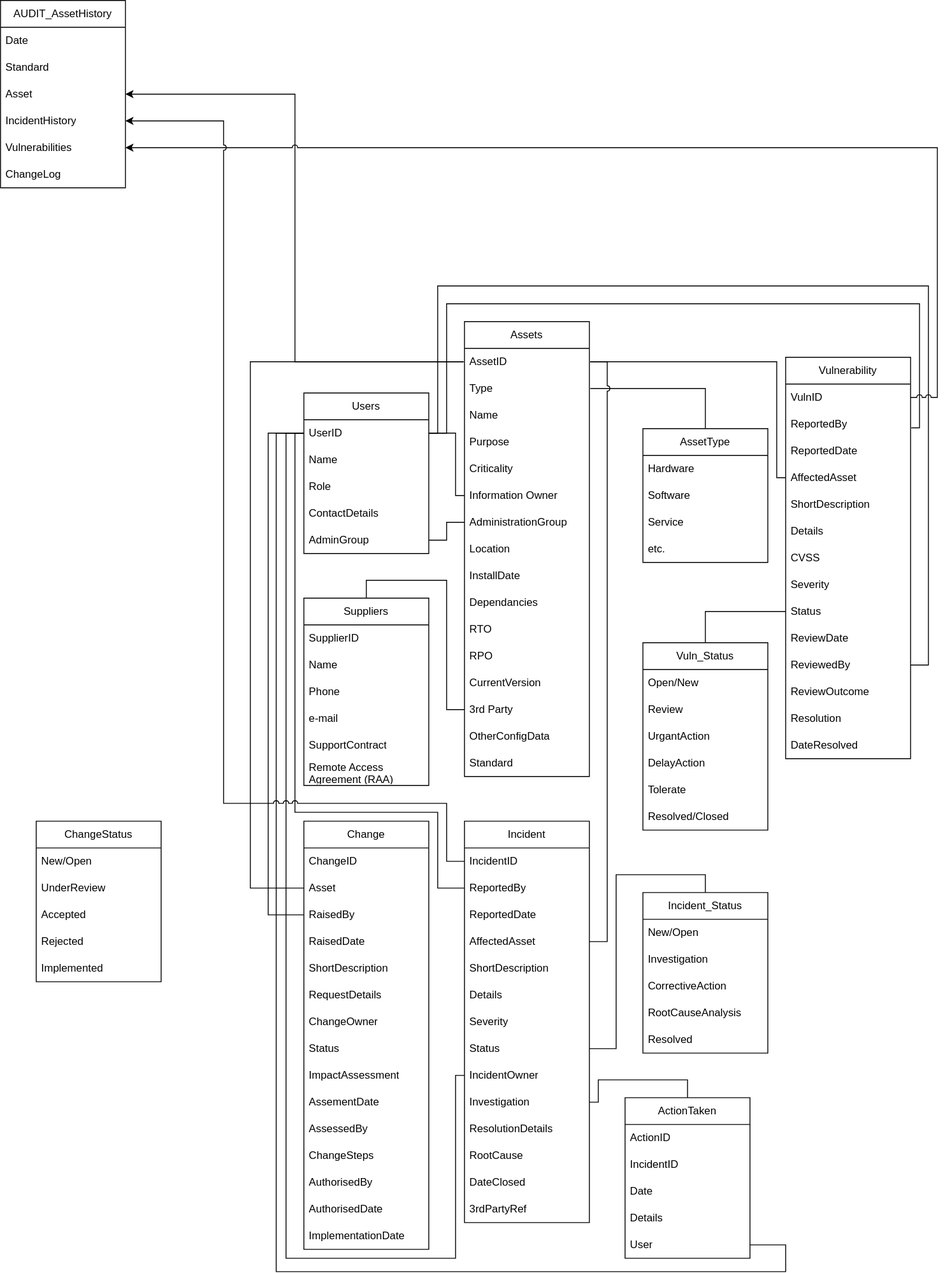
Before: ITSM/Assignment1/Assets/CMDB_F.svg, a diagram exported from draw.io (MCollins87/MSC_EnterpriseIT). Source tidied: cells renumbered, new cells last; positions are measured from the earlier drawing's top-left corner, leaving out a move shared by most shapes.
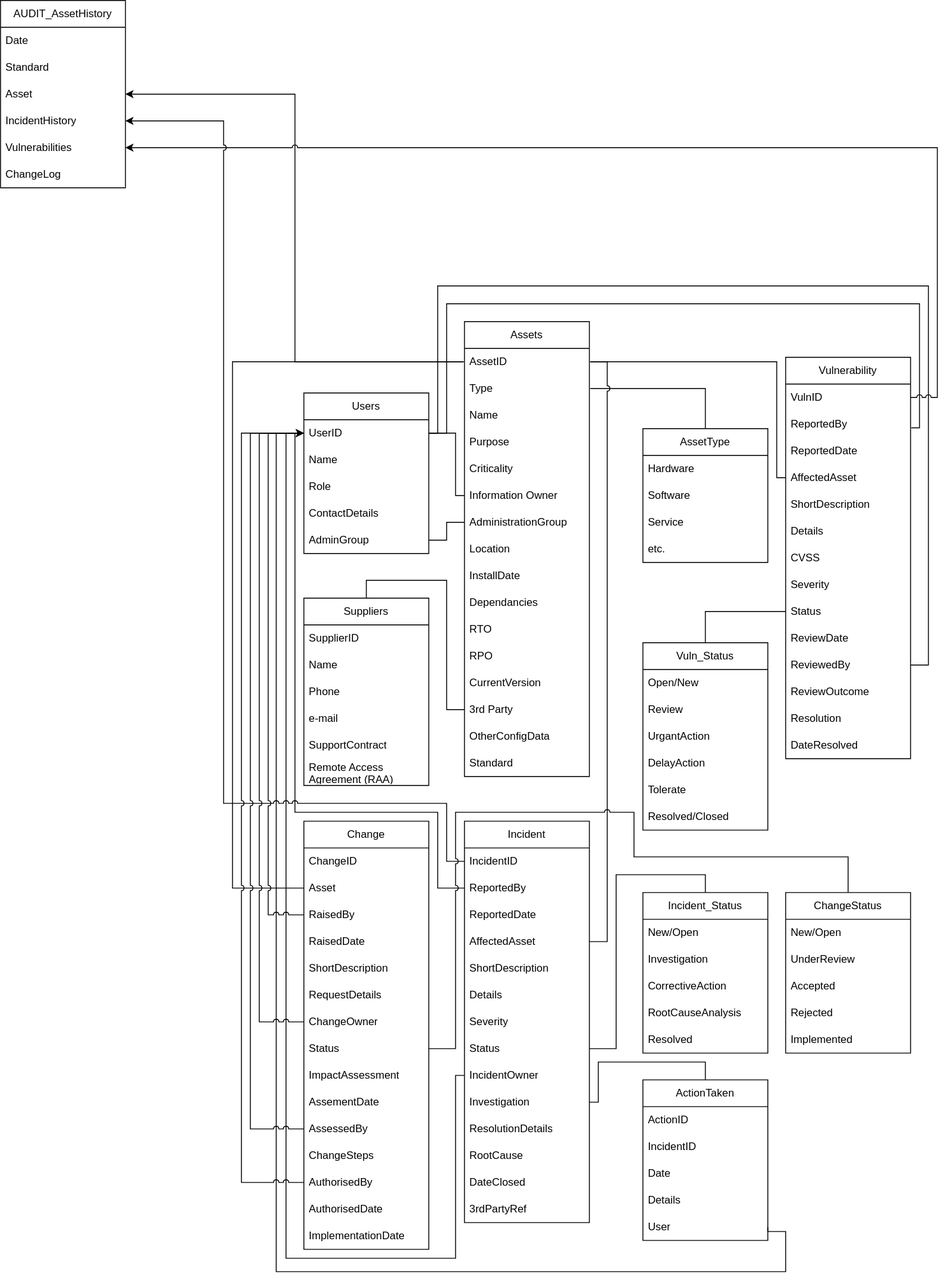
Above is the later version.

What changed in the source:
```diff
@@ -305,7 +305,7 @@
       </mxGeometry>
     </mxCell>
     <mxCell id="90" value="ActionTaken" style="swimlane;fontStyle=0;horizontal=1;startSize=30;whiteSpace=wrap;html=1;" parent="1" vertex="1">
-      <mxGeometry x="700" y="1230" width="140" height="180" as="geometry" />
+      <mxGeometry x="720" y="1210" width="140" height="180" as="geometry" />
     </mxCell>
     <mxCell id="91" value="ActionID" style="text;strokeColor=none;fillColor=none;align=left;verticalAlign=middle;spacingLeft=4;spacingRight=4;overflow=hidden;whiteSpace=wrap;html=1;" parent="90" vertex="1">
       <mxGeometry y="30" width="140" height="30" as="geometry" />
@@ -325,7 +325,8 @@
     <mxCell id="96" style="edgeStyle=orthogonalEdgeStyle;rounded=0;jettySize=auto;html=1;exitX=1;exitY=0.5;exitDx=0;exitDy=0;entryX=0;entryY=0.5;entryDx=0;entryDy=0;endArrow=none;endFill=0;" parent="1" edge="1" source="95" target="34">
       <mxGeometry relative="1" as="geometry">
         <Array as="points">
-          <mxPoint x="880" y="1395" />
+          <mxPoint x="860" y="1380" />
+          <mxPoint x="880" y="1380" />
           <mxPoint x="880" y="1425" />
           <mxPoint x="309" y="1425" />
           <mxPoint x="309" y="485" />
@@ -336,8 +337,8 @@
       <mxGeometry relative="1" as="geometry">
         <Array as="points">
           <mxPoint x="670" y="1235" />
-          <mxPoint x="670" y="1210" />
-          <mxPoint x="770" y="1210" />
+          <mxPoint x="670" y="1190" />
+          <mxPoint x="790" y="1190" />
         </Array>
       </mxGeometry>
     </mxCell>
@@ -390,7 +391,7 @@
       <mxGeometry y="450" width="140" height="30" as="geometry" />
     </mxCell>
     <mxCell id="114" value="ChangeStatus" style="swimlane;fontStyle=0;horizontal=1;startSize=30;whiteSpace=wrap;html=1;" parent="1" vertex="1">
-      <mxGeometry x="40" y="920" width="140" height="180" as="geometry" />
+      <mxGeometry x="880" y="1000" width="140" height="180" as="geometry" />
     </mxCell>
     <mxCell id="115" value="New/Open" style="text;strokeColor=none;fillColor=none;align=left;verticalAlign=middle;spacingLeft=4;spacingRight=4;overflow=hidden;whiteSpace=wrap;html=1;" parent="114" vertex="1">
       <mxGeometry y="30" width="140" height="30" as="geometry" />
@@ -452,8 +453,8 @@
     <mxCell id="130" style="edgeStyle=orthogonalEdgeStyle;rounded=0;jettySize=auto;html=1;exitX=0;exitY=0.5;exitDx=0;exitDy=0;entryX=0;entryY=0.5;entryDx=0;entryDy=0;endArrow=none;endFill=0;" parent="1" edge="1" source="100" target="3">
       <mxGeometry relative="1" as="geometry">
         <Array as="points">
-          <mxPoint x="280" y="995" />
-          <mxPoint x="280" y="405" />
+          <mxPoint x="260" y="995" />
+          <mxPoint x="260" y="405" />
         </Array>
       </mxGeometry>
     </mxCell>
@@ -463,7 +464,7 @@
     <mxCell id="132" style="edgeStyle=orthogonalEdgeStyle;rounded=0;jettySize=auto;html=1;exitX=1;exitY=0.5;exitDx=0;exitDy=0;entryX=0.5;entryY=0;entryDx=0;entryDy=0;endArrow=none;endFill=0;" parent="1" edge="1" source="74" target="83">
       <mxGeometry relative="1" as="geometry" />
     </mxCell>
-    <mxCell id="133" style="edgeStyle=orthogonalEdgeStyle;rounded=0;jettySize=auto;html=1;exitX=0;exitY=0.5;exitDx=0;exitDy=0;entryX=0;entryY=0.5;entryDx=0;entryDy=0;endArrow=none;endFill=0;" parent="1" edge="1" source="101" target="34">
+    <mxCell id="133" style="edgeStyle=orthogonalEdgeStyle;rounded=0;jettySize=auto;html=1;exitX=0;exitY=0.5;exitDx=0;exitDy=0;entryX=0;entryY=0.5;entryDx=0;entryDy=0;endArrow=none;endFill=0;jumpStyle=arc;" parent="1" edge="1" source="101" target="34">
       <mxGeometry relative="1" as="geometry">
         <Array as="points">
           <mxPoint x="300" y="1025" />
@@ -471,5 +472,40 @@
         </Array>
       </mxGeometry>
     </mxCell>
+    <mxCell id="134" style="edgeStyle=orthogonalEdgeStyle;rounded=0;jettySize=auto;html=1;exitX=0;exitY=0.5;exitDx=0;exitDy=0;entryX=0;entryY=0.5;entryDx=0;entryDy=0;jumpStyle=arc;" parent="1" edge="1" source="105" target="34">
+      <mxGeometry relative="1" as="geometry">
+        <Array as="points">
+          <mxPoint x="290" y="1145" />
+          <mxPoint x="290" y="485" />
+        </Array>
+      </mxGeometry>
+    </mxCell>
+    <mxCell id="135" style="edgeStyle=orthogonalEdgeStyle;rounded=0;jettySize=auto;html=1;exitX=0;exitY=0.5;exitDx=0;exitDy=0;entryX=0;entryY=0.5;entryDx=0;entryDy=0;jumpStyle=arc;" parent="1" edge="1" source="109" target="34">
+      <mxGeometry relative="1" as="geometry">
+        <Array as="points">
+          <mxPoint x="280" y="1265" />
+          <mxPoint x="280" y="485" />
+        </Array>
+      </mxGeometry>
+    </mxCell>
+    <mxCell id="136" style="edgeStyle=orthogonalEdgeStyle;rounded=0;jettySize=auto;html=1;exitX=0;exitY=0.5;exitDx=0;exitDy=0;entryX=0;entryY=0.5;entryDx=0;entryDy=0;jumpStyle=arc;" parent="1" edge="1" source="111" target="34">
+      <mxGeometry relative="1" as="geometry">
+        <Array as="points">
+          <mxPoint x="270" y="1325" />
+          <mxPoint x="270" y="485" />
+        </Array>
+      </mxGeometry>
+    </mxCell>
+    <mxCell id="137" style="edgeStyle=orthogonalEdgeStyle;rounded=0;jettySize=auto;html=1;exitX=1;exitY=0.5;exitDx=0;exitDy=0;entryX=0.5;entryY=0;entryDx=0;entryDy=0;jumpStyle=arc;endArrow=none;endFill=0;" parent="1" edge="1" source="106" target="114">
+      <mxGeometry relative="1" as="geometry">
+        <Array as="points">
+          <mxPoint x="510" y="1175" />
+          <mxPoint x="510" y="910" />
+          <mxPoint x="710" y="910" />
+          <mxPoint x="710" y="960" />
+          <mxPoint x="950" y="960" />
+        </Array>
+      </mxGeometry>
+    </mxCell>
   </root>
 </mxGraphModel>
```
